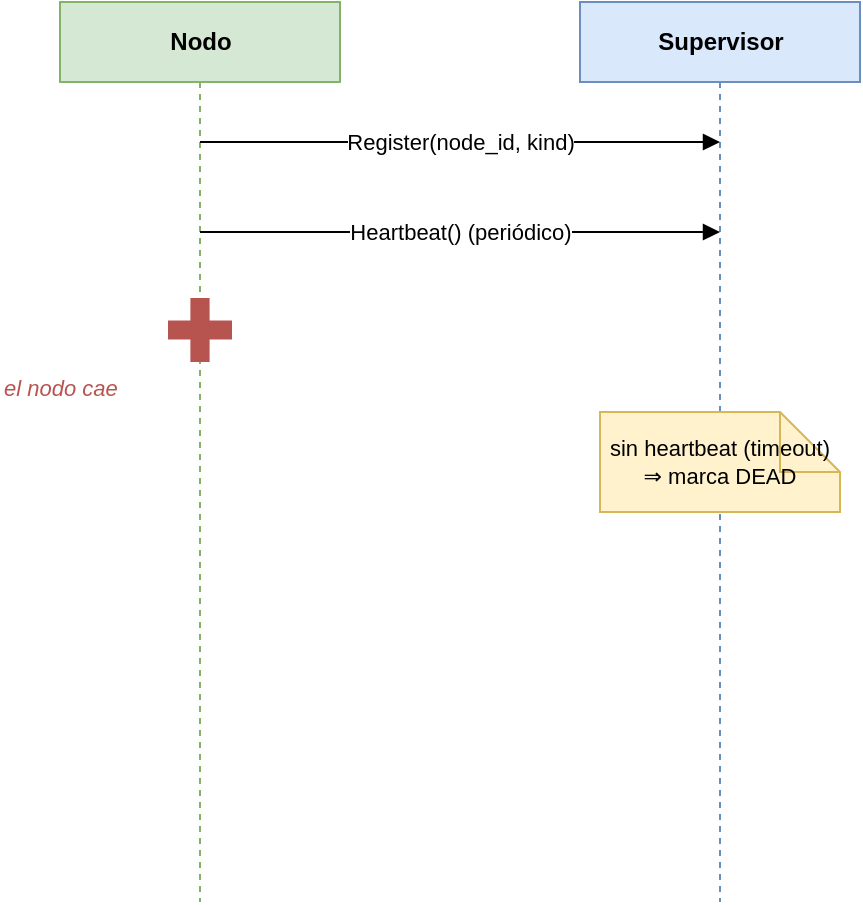
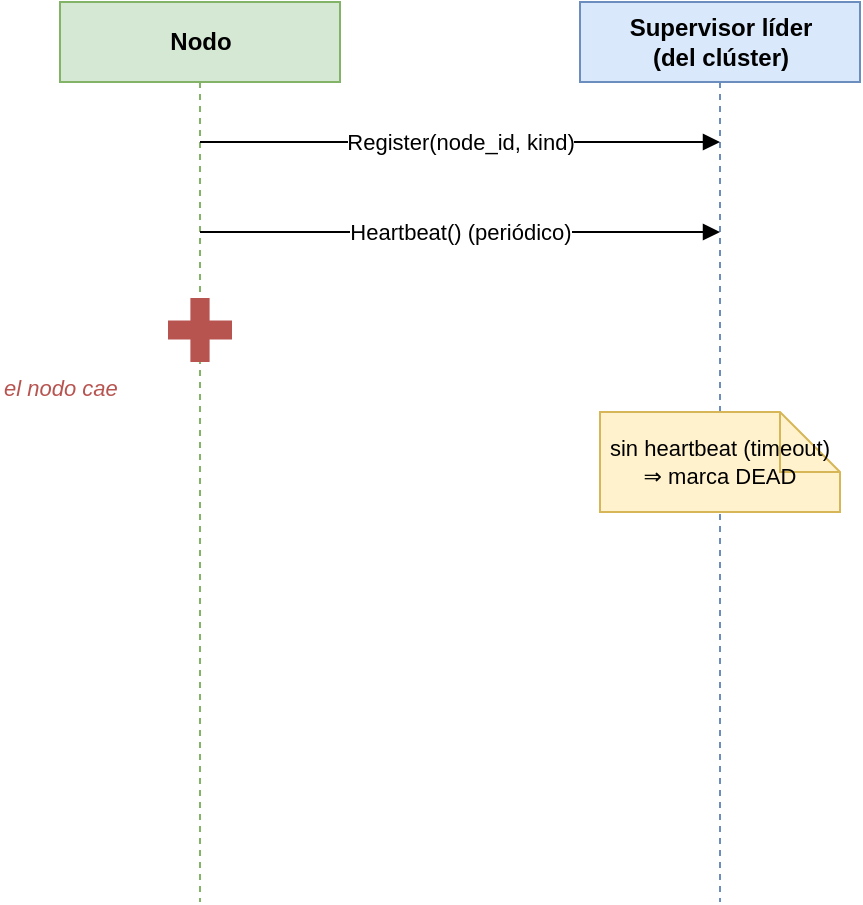
<mxfile host="app.diagrams.net" version="24.0.0">
  <diagram name="ft-heartbeat" id="fthb">
    <mxGraphModel dx="800" dy="600" grid="0" gridSize="10" guides="1" tooltips="1" connect="1" arrows="1" fold="1" page="1" pageScale="1" pageWidth="760" pageHeight="500" math="0" shadow="0">
      <root>
        <mxCell id="0" />
        <mxCell id="1" parent="0" />


        <mxCell id="ln" value="Nodo" style="shape=umlLifeline;perimeter=lifelinePerimeter;html=1;fillColor=#d5e8d4;strokeColor=#82b366;fontStyle=1;size=40;" vertex="1" parent="1">
          <mxGeometry x="50.00" y="20.00" width="140" height="450" as="geometry" />
        </mxCell>
-         <mxCell id="ls" value="Supervisor" style="shape=umlLifeline;perimeter=lifelinePerimeter;html=1;fillColor=#dae8fc;strokeColor=#6c8ebf;fontStyle=1;size=40;" vertex="1" parent="1">
+         <mxCell id="ls" value="Supervisor líder&#10;(del clúster)" style="shape=umlLifeline;perimeter=lifelinePerimeter;html=1;fillColor=#dae8fc;strokeColor=#6c8ebf;fontStyle=1;size=40;" vertex="1" parent="1">
          <mxGeometry x="310.00" y="20.00" width="140" height="450" as="geometry" />
        </mxCell>


        <mxCell id="m1" value="Register(node_id, kind)" style="html=1;endArrow=block;fontSize=11;" edge="1" parent="1">
          <mxGeometry relative="1" as="geometry"><mxPoint x="120.00" y="90.00" as="sourcePoint" /><mxPoint x="380.00" y="90.00" as="targetPoint" /></mxGeometry>
        </mxCell>
        <mxCell id="m2" value="Heartbeat() (periódico)" style="html=1;endArrow=block;fontSize=11;dashed=0;" edge="1" parent="1">
          <mxGeometry relative="1" as="geometry"><mxPoint x="120.00" y="135.00" as="sourcePoint" /><mxPoint x="380.00" y="135.00" as="targetPoint" /></mxGeometry>
        </mxCell>


        <mxCell id="crash" value="" style="shape=cross;html=1;strokeColor=#b85450;strokeWidth=4;fillColor=#b85450;" vertex="1" parent="1">
          <mxGeometry x="106.00" y="170.00" width="28" height="28" as="geometry" />
        </mxCell>
        <mxCell id="crashlbl" value="el nodo cae" style="text;html=1;fontSize=11;fontColor=#b85450;fontStyle=2;align=left;" vertex="1" parent="1">
          <mxGeometry x="20.00" y="200.00" width="120" height="20" as="geometry" />
        </mxCell>


        <mxCell id="note" value="sin heartbeat (timeout)&#10;⇒ marca DEAD" style="shape=note;whiteSpace=wrap;html=1;fillColor=#fff2cc;strokeColor=#d6b656;fontSize=11;align=center;" vertex="1" parent="1">
          <mxGeometry x="320.00" y="225.00" width="120" height="50" as="geometry" />
        </mxCell>



      </root>
    </mxGraphModel>
  </diagram>
</mxfile>